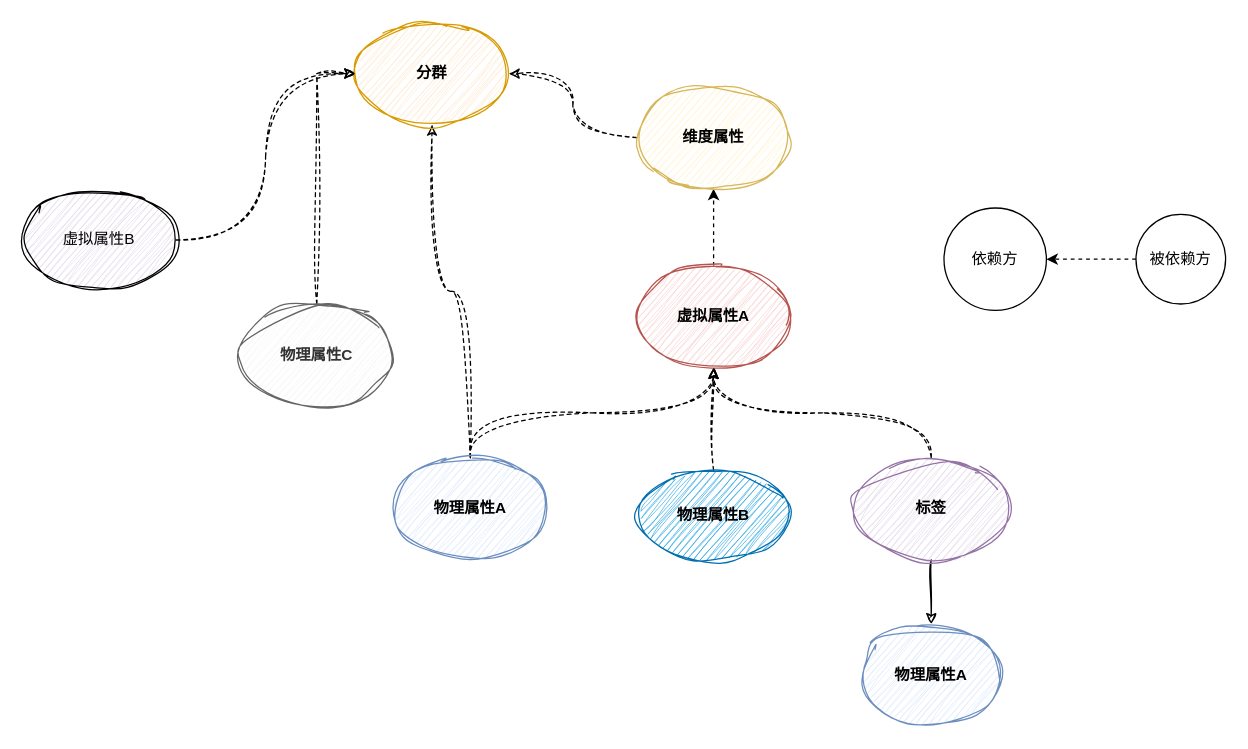
xunyao4dev/drawio keeps this draw.io diagram as 属性.drawio. Above is the earlier version. Source tidied: cells renumbered, new cells numbered last; positions are measured from the earlier drawing's top-left corner, leaving out a move shared by most shapes. Both pictures are drawn from the tidied source at 128%, with x=0, y=0 at pixel (22, 22).
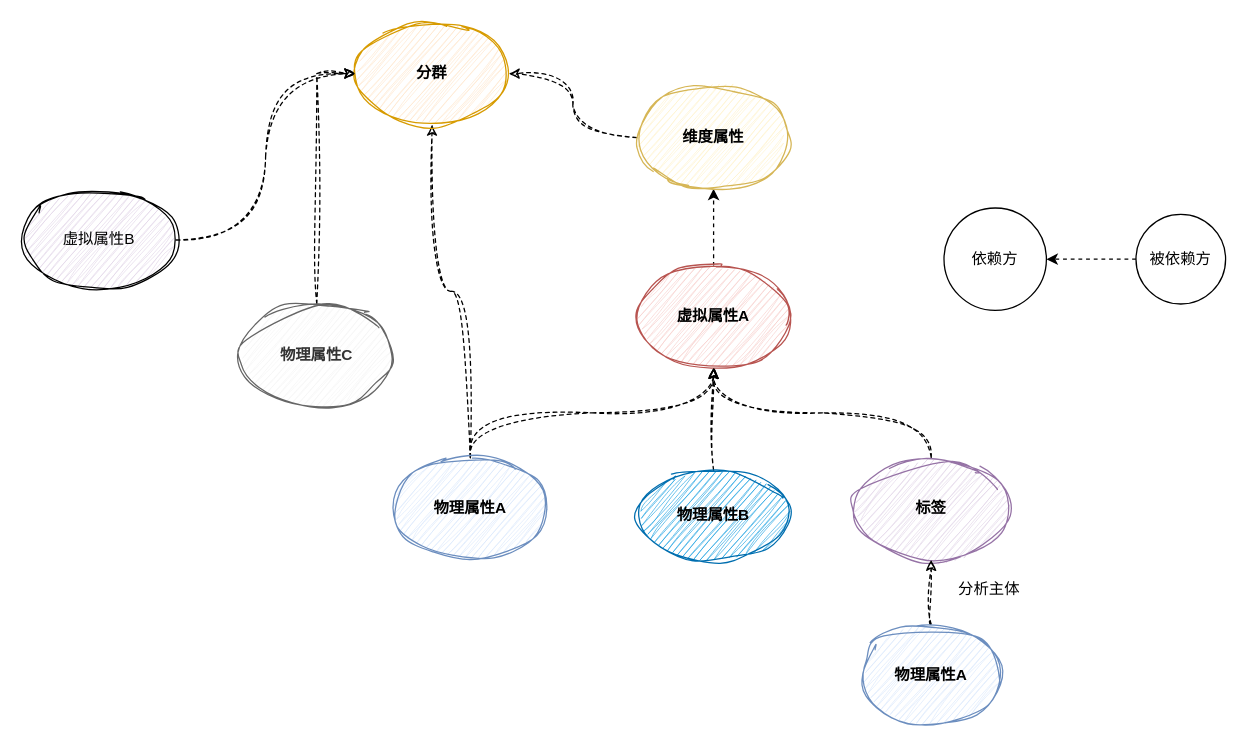
After the change.

The change refers to these unchanged cells:
```xml
<mxCell id="9" value="&lt;b&gt;标签&lt;/b&gt;" style="ellipse;whiteSpace=wrap;html=1;sketch=1;curveFitting=1;jiggle=2;shadow=0;fillColor=#e1d5e7;strokeColor=#9673a6;" parent="1" vertex="1">
  <mxGeometry x="650" y="340" width="120" height="80" as="geometry" />
</mxCell>
<mxCell id="13" value="&lt;b&gt;物理属性A&lt;/b&gt;" style="ellipse;whiteSpace=wrap;html=1;fillColor=#dae8fc;strokeColor=#6c8ebf;sketch=1;curveFitting=1;jiggle=2;shadow=0;" parent="1" vertex="1">
  <mxGeometry x="655" y="470" width="110" height="80" as="geometry" />
</mxCell>
```

Change to the diagram source:
```diff
@@
-    <mxCell id="8" style="edgeStyle=orthogonalEdgeStyle;rounded=0;jettySize=auto;html=1;sketch=1;curveFitting=1;jiggle=2;" parent="1" edge="1" source="9" target="13">
-      <mxGeometry relative="1" as="geometry" />
-    </mxCell>
@@
+    <mxCell id="23" style="edgeStyle=orthogonalEdgeStyle;rounded=0;jettySize=auto;html=1;entryX=0.5;entryY=1;entryDx=0;entryDy=0;sketch=1;curveFitting=1;jiggle=2;dashed=1;curved=1;" parent="1" edge="1" source="13" target="9">
+      <mxGeometry relative="1" as="geometry" />
+    </mxCell>
@@
+    <mxCell id="24" value="分析主体" style="text;html=1;align=center;verticalAlign=middle;strokeColor=none;fillColor=none;" parent="1" vertex="1">
+      <mxGeometry x="720" y="428" width="70" height="30" as="geometry" />
+    </mxCell>
```
